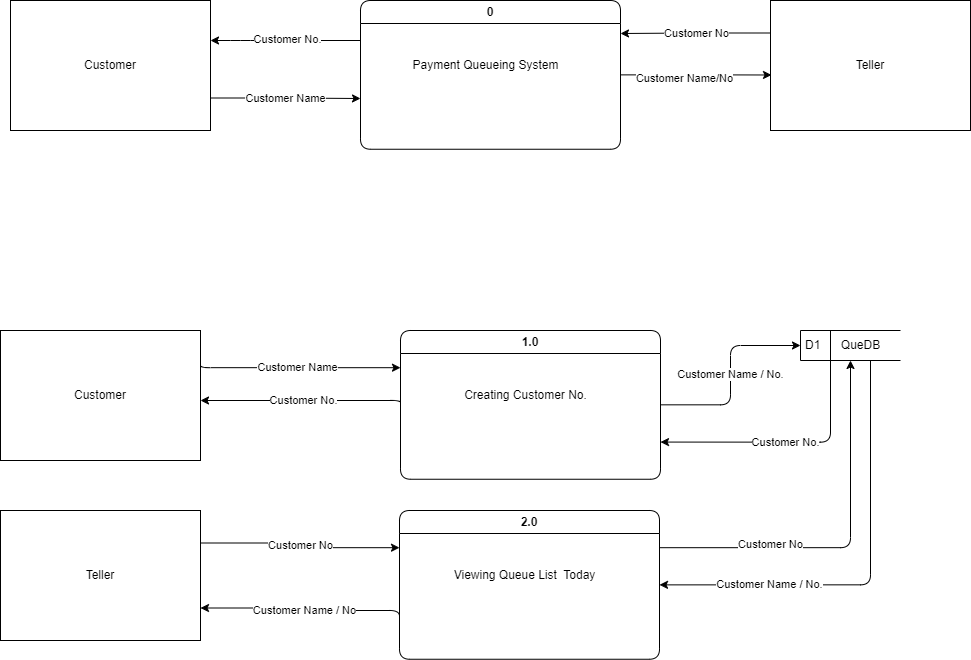
The draw.io diagram diagram/context.png in COSWEH/payment-queueing-system, before a commit. Source tidied: cells renumbered, new cells last; positions are measured from the earlier drawing's top-left corner, leaving out a move shared by most shapes. Source of this version:
```xml
<mxGraphModel>
  <root>
    <mxCell id="0" />
    <mxCell id="1" parent="0" />
    <mxCell id="2" value="Customer Name" style="edgeStyle=orthogonalEdgeStyle;html=1;exitX=1;exitY=0.75;exitDx=0;exitDy=0;" parent="1" edge="1" source="3">
      <mxGeometry relative="1" as="geometry">
        <mxPoint x="360" y="98" as="targetPoint" />
      </mxGeometry>
    </mxCell>
    <mxCell id="3" value="Customer" style="rounded=0;whiteSpace=wrap;html=1;glass=0;shadow=0;" parent="1" vertex="1">
      <mxGeometry x="10" width="200" height="130" as="geometry" />
    </mxCell>
    <mxCell id="4" value="Customer No." style="edgeStyle=orthogonalEdgeStyle;html=1;" parent="1" edge="1">
      <mxGeometry x="-0.02" y="-1" relative="1" as="geometry">
        <mxPoint x="360" y="40" as="sourcePoint" />
        <mxPoint x="210" y="40" as="targetPoint" />
        <Array as="points">
          <mxPoint x="240" y="40" />
          <mxPoint x="240" y="40" />
        </Array>
      </mxGeometry>
    </mxCell>
    <mxCell id="5" style="edgeStyle=orthogonalEdgeStyle;html=1;exitX=1;exitY=0.5;exitDx=0;exitDy=0;entryX=0.005;entryY=0.573;entryDx=0;entryDy=0;entryPerimeter=0;" parent="1" edge="1" source="7" target="10">
      <mxGeometry relative="1" as="geometry" />
    </mxCell>
    <mxCell id="6" value="Customer Name/No" style="edgeLabel;html=1;align=center;verticalAlign=middle;" parent="5" vertex="1">
      <mxGeometry x="-0.15" y="-3" relative="1" as="geometry" />
    </mxCell>
    <mxCell id="7" value="0" style="swimlane;whiteSpace=wrap;html=1;rounded=1;" parent="1" vertex="1">
      <mxGeometry x="360" width="260" height="148.8" as="geometry" />
    </mxCell>
    <mxCell id="8" value="Payment Queueing System" style="text;html=1;align=center;verticalAlign=middle;strokeColor=none;fillColor=none;" parent="7" vertex="1">
      <mxGeometry x="40" y="50" width="170" height="30" as="geometry" />
    </mxCell>
    <mxCell id="9" value="Customer No" style="edgeStyle=orthogonalEdgeStyle;html=1;exitX=0;exitY=0.25;exitDx=0;exitDy=0;" parent="1" edge="1" source="10">
      <mxGeometry relative="1" as="geometry">
        <mxPoint x="620" y="33" as="targetPoint" />
      </mxGeometry>
    </mxCell>
    <mxCell id="10" value="Teller" style="rounded=0;whiteSpace=wrap;html=1;glass=0;shadow=0;" parent="1" vertex="1">
      <mxGeometry x="770" width="200" height="130" as="geometry" />
    </mxCell>
    <mxCell id="11" value="Customer Name" style="edgeStyle=orthogonalEdgeStyle;html=1;exitX=1;exitY=0.25;exitDx=0;exitDy=0;entryX=0;entryY=0.25;entryDx=0;entryDy=0;" parent="1" edge="1" source="12" target="15">
      <mxGeometry relative="1" as="geometry">
        <Array as="points">
          <mxPoint x="200" y="367" />
        </Array>
      </mxGeometry>
    </mxCell>
    <mxCell id="12" value="Customer" style="rounded=0;whiteSpace=wrap;html=1;glass=0;shadow=0;" parent="1" vertex="1">
      <mxGeometry y="330" width="200" height="130" as="geometry" />
    </mxCell>
    <mxCell id="13" value="Customer Name / No." style="edgeStyle=orthogonalEdgeStyle;html=1;entryX=0;entryY=0.5;entryDx=0;entryDy=0;" parent="1" edge="1" source="15" target="17">
      <mxGeometry relative="1" as="geometry" />
    </mxCell>
    <mxCell id="14" value="Customer No." style="edgeStyle=orthogonalEdgeStyle;html=1;exitX=0;exitY=0.5;exitDx=0;exitDy=0;" parent="1" edge="1" source="15" target="12">
      <mxGeometry relative="1" as="geometry">
        <Array as="points">
          <mxPoint x="400" y="400" />
        </Array>
      </mxGeometry>
    </mxCell>
    <mxCell id="15" value="1.0" style="swimlane;whiteSpace=wrap;html=1;rounded=1;" parent="1" vertex="1">
      <mxGeometry x="400" y="330" width="260" height="148.8" as="geometry" />
    </mxCell>
    <mxCell id="16" value="Creating Customer No." style="text;html=1;align=center;verticalAlign=middle;strokeColor=none;fillColor=none;" parent="15" vertex="1">
      <mxGeometry x="50" y="50" width="150" height="30" as="geometry" />
    </mxCell>
    <mxCell id="17" value="D1" style="html=1;dashed=0;whitespace=wrap;shape=mxgraph.dfd.dataStoreID;align=left;spacingLeft=3;points=[[0,0],[0.5,0],[1,0],[0,0.5],[1,0.5],[0,1],[0.5,1],[1,1]];rounded=1;shadow=0;glass=0;" parent="1" vertex="1">
      <mxGeometry x="800" y="330" width="100" height="30" as="geometry" />
    </mxCell>
    <mxCell id="18" value="Customer Name / No." style="edgeStyle=orthogonalEdgeStyle;html=1;entryX=1;entryY=0.5;entryDx=0;entryDy=0;" parent="1" edge="1" source="20" target="26">
      <mxGeometry x="0.49" relative="1" as="geometry">
        <Array as="points">
          <mxPoint x="870" y="584" />
        </Array>
      </mxGeometry>
    </mxCell>
    <mxCell id="19" value="Customer No." style="edgeStyle=orthogonalEdgeStyle;html=1;entryX=1;entryY=0.75;entryDx=0;entryDy=0;" parent="1" edge="1" source="20" target="15">
      <mxGeometry relative="1" as="geometry">
        <Array as="points">
          <mxPoint x="830" y="442" />
        </Array>
      </mxGeometry>
    </mxCell>
    <mxCell id="20" value="QueDB" style="text;html=1;align=center;verticalAlign=middle;points=[];strokeColor=none;fillColor=none;" parent="1" vertex="1">
      <mxGeometry x="830" y="330" width="60" height="30" as="geometry" />
    </mxCell>
    <mxCell id="21" value="Customer No" style="edgeStyle=orthogonalEdgeStyle;html=1;exitX=1;exitY=0.25;exitDx=0;exitDy=0;entryX=0;entryY=0.25;entryDx=0;entryDy=0;" parent="1" edge="1" source="22" target="26">
      <mxGeometry relative="1" as="geometry" />
    </mxCell>
    <mxCell id="22" value="Teller" style="rounded=0;whiteSpace=wrap;html=1;glass=0;shadow=0;" parent="1" vertex="1">
      <mxGeometry y="510" width="200" height="130" as="geometry" />
    </mxCell>
    <mxCell id="23" value="Customer Name / No" style="edgeStyle=orthogonalEdgeStyle;html=1;exitX=0;exitY=0.75;exitDx=0;exitDy=0;entryX=1;entryY=0.75;entryDx=0;entryDy=0;" parent="1" edge="1" source="26" target="22">
      <mxGeometry relative="1" as="geometry">
        <Array as="points">
          <mxPoint x="399" y="610" />
          <mxPoint x="300" y="610" />
          <mxPoint x="300" y="608" />
        </Array>
      </mxGeometry>
    </mxCell>
    <mxCell id="24" style="edgeStyle=orthogonalEdgeStyle;html=1;exitX=1;exitY=0.25;exitDx=0;exitDy=0;" parent="1" edge="1" source="26">
      <mxGeometry relative="1" as="geometry">
        <mxPoint x="850" y="360" as="targetPoint" />
      </mxGeometry>
    </mxCell>
    <mxCell id="25" value="Customer No" style="edgeLabel;html=1;align=center;verticalAlign=middle;" parent="24" vertex="1">
      <mxGeometry x="-0.41" y="4" relative="1" as="geometry" />
    </mxCell>
    <mxCell id="26" value="2.0" style="swimlane;whiteSpace=wrap;html=1;rounded=1;startSize=23;" parent="1" vertex="1">
      <mxGeometry x="399" y="510" width="260" height="148.8" as="geometry" />
    </mxCell>
    <mxCell id="27" value="Viewing Queue List&amp;nbsp; Today" style="text;html=1;align=center;verticalAlign=middle;strokeColor=none;fillColor=none;" parent="26" vertex="1">
      <mxGeometry x="40" y="50" width="170" height="30" as="geometry" />
    </mxCell>
  </root>
</mxGraphModel>
```
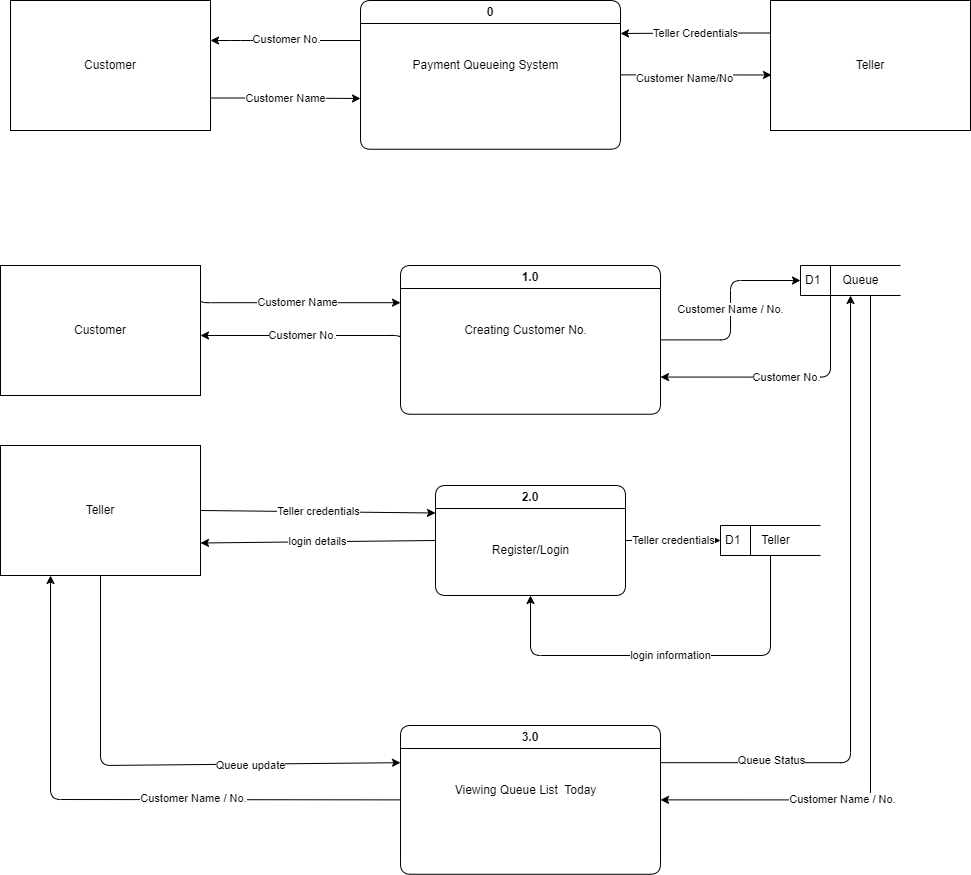
Above is the later version.

Commit message:
adjust dfd and context diagram

The edit, as a diff of the source:
```diff
@@ -4,19 +4,19 @@
     <mxCell id="1" parent="0" />
     <mxCell id="2" value="Customer Name" style="edgeStyle=orthogonalEdgeStyle;html=1;exitX=1;exitY=0.75;exitDx=0;exitDy=0;" parent="1" edge="1" source="3">
       <mxGeometry relative="1" as="geometry">
-        <mxPoint x="360" y="98" as="targetPoint" />
+        <mxPoint x="360" y="163" as="targetPoint" />
       </mxGeometry>
     </mxCell>
     <mxCell id="3" value="Customer" style="rounded=0;whiteSpace=wrap;html=1;glass=0;shadow=0;" parent="1" vertex="1">
-      <mxGeometry x="10" width="200" height="130" as="geometry" />
+      <mxGeometry x="10" y="65" width="200" height="130" as="geometry" />
     </mxCell>
     <mxCell id="4" value="Customer No." style="edgeStyle=orthogonalEdgeStyle;html=1;" parent="1" edge="1">
       <mxGeometry x="-0.02" y="-1" relative="1" as="geometry">
-        <mxPoint x="360" y="40" as="sourcePoint" />
-        <mxPoint x="210" y="40" as="targetPoint" />
+        <mxPoint x="360" y="105" as="sourcePoint" />
+        <mxPoint x="210" y="105" as="targetPoint" />
         <Array as="points">
-          <mxPoint x="240" y="40" />
-          <mxPoint x="240" y="40" />
+          <mxPoint x="240" y="105" />
+          <mxPoint x="240" y="105" />
         </Array>
       </mxGeometry>
     </mxCell>
@@ -27,18 +27,18 @@
       <mxGeometry x="-0.15" y="-3" relative="1" as="geometry" />
     </mxCell>
     <mxCell id="7" value="0" style="swimlane;whiteSpace=wrap;html=1;rounded=1;" parent="1" vertex="1">
-      <mxGeometry x="360" width="260" height="148.8" as="geometry" />
+      <mxGeometry x="360" y="65" width="260" height="148.8" as="geometry" />
     </mxCell>
     <mxCell id="8" value="Payment Queueing System" style="text;html=1;align=center;verticalAlign=middle;strokeColor=none;fillColor=none;" parent="7" vertex="1">
       <mxGeometry x="40" y="50" width="170" height="30" as="geometry" />
     </mxCell>
-    <mxCell id="9" value="Customer No" style="edgeStyle=orthogonalEdgeStyle;html=1;exitX=0;exitY=0.25;exitDx=0;exitDy=0;" parent="1" edge="1" source="10">
+    <mxCell id="9" value="Teller Credentials" style="edgeStyle=orthogonalEdgeStyle;html=1;exitX=0;exitY=0.25;exitDx=0;exitDy=0;" parent="1" edge="1" source="10">
       <mxGeometry relative="1" as="geometry">
-        <mxPoint x="620" y="33" as="targetPoint" />
+        <mxPoint x="620" y="98" as="targetPoint" />
       </mxGeometry>
     </mxCell>
     <mxCell id="10" value="Teller" style="rounded=0;whiteSpace=wrap;html=1;glass=0;shadow=0;" parent="1" vertex="1">
-      <mxGeometry x="770" width="200" height="130" as="geometry" />
+      <mxGeometry x="770" y="65" width="200" height="130" as="geometry" />
     </mxCell>
     <mxCell id="11" value="Customer Name" style="edgeStyle=orthogonalEdgeStyle;html=1;exitX=1;exitY=0.25;exitDx=0;exitDy=0;entryX=0;entryY=0.25;entryDx=0;entryDy=0;" parent="1" edge="1" source="12" target="15">
       <mxGeometry relative="1" as="geometry">
@@ -72,7 +72,7 @@
     <mxCell id="18" value="Customer Name / No." style="edgeStyle=orthogonalEdgeStyle;html=1;entryX=1;entryY=0.5;entryDx=0;entryDy=0;" parent="1" edge="1" source="20" target="26">
       <mxGeometry x="0.49" relative="1" as="geometry">
         <Array as="points">
-          <mxPoint x="870" y="584" />
+          <mxPoint x="870" y="864" />
         </Array>
       </mxGeometry>
     </mxCell>
@@ -83,37 +83,71 @@
         </Array>
       </mxGeometry>
     </mxCell>
-    <mxCell id="20" value="QueDB" style="text;html=1;align=center;verticalAlign=middle;points=[];strokeColor=none;fillColor=none;" parent="1" vertex="1">
+    <mxCell id="20" value="Queue" style="text;html=1;align=center;verticalAlign=middle;points=[];strokeColor=none;fillColor=none;" parent="1" vertex="1">
       <mxGeometry x="830" y="330" width="60" height="30" as="geometry" />
     </mxCell>
+    <mxCell id="28" value="Teller credentials" style="edgeStyle=none;html=1;exitX=1;exitY=0.5;exitDx=0;exitDy=0;entryX=0;entryY=0.25;entryDx=0;entryDy=0;" parent="1" edge="1" source="22" target="31">
+      <mxGeometry relative="1" as="geometry" />
+    </mxCell>
-    <mxCell id="21" value="Customer No" style="edgeStyle=orthogonalEdgeStyle;html=1;exitX=1;exitY=0.25;exitDx=0;exitDy=0;entryX=0;entryY=0.25;entryDx=0;entryDy=0;" parent="1" edge="1" source="22" target="26">
-      <mxGeometry relative="1" as="geometry" />
+    <mxCell id="21" value="Queue update" style="edgeStyle=none;html=1;exitX=0.5;exitY=1;exitDx=0;exitDy=0;entryX=0;entryY=0.25;entryDx=0;entryDy=0;" parent="1" edge="1" source="22" target="26">
+      <mxGeometry x="0.39" y="-1" relative="1" as="geometry">
+        <Array as="points">
+          <mxPoint x="100" y="830" />
+        </Array>
+      </mxGeometry>
     </mxCell>
     <mxCell id="22" value="Teller" style="rounded=0;whiteSpace=wrap;html=1;glass=0;shadow=0;" parent="1" vertex="1">
       <mxGeometry y="510" width="200" height="130" as="geometry" />
     </mxCell>
-    <mxCell id="23" value="Customer Name / No" style="edgeStyle=orthogonalEdgeStyle;html=1;exitX=0;exitY=0.75;exitDx=0;exitDy=0;entryX=1;entryY=0.75;entryDx=0;entryDy=0;" parent="1" edge="1" source="26" target="22">
-      <mxGeometry relative="1" as="geometry">
-        <Array as="points">
-          <mxPoint x="399" y="610" />
-          <mxPoint x="300" y="610" />
-          <mxPoint x="300" y="608" />
-        </Array>
-      </mxGeometry>
-    </mxCell>
     <mxCell id="24" style="edgeStyle=orthogonalEdgeStyle;html=1;exitX=1;exitY=0.25;exitDx=0;exitDy=0;" parent="1" edge="1" source="26">
       <mxGeometry relative="1" as="geometry">
         <mxPoint x="850" y="360" as="targetPoint" />
       </mxGeometry>
     </mxCell>
-    <mxCell id="25" value="Customer No" style="edgeLabel;html=1;align=center;verticalAlign=middle;" parent="24" vertex="1">
-      <mxGeometry x="-0.41" y="4" relative="1" as="geometry" />
+    <mxCell id="25" value="Queue Status" style="edgeLabel;html=1;align=center;verticalAlign=middle;" parent="24" vertex="1">
+      <mxGeometry x="-0.41" y="4" relative="1" as="geometry">
+        <mxPoint x="-76" as="offset" />
+      </mxGeometry>
     </mxCell>
+    <mxCell id="23" value="Customer Name / No." style="edgeStyle=none;html=1;exitX=0;exitY=0.5;exitDx=0;exitDy=0;entryX=0.25;entryY=1;entryDx=0;entryDy=0;" parent="1" edge="1" source="26" target="22">
+      <mxGeometry x="-0.28" y="-1" relative="1" as="geometry">
+        <Array as="points">
+          <mxPoint x="50" y="864" />
+        </Array>
+      </mxGeometry>
+    </mxCell>
-    <mxCell id="26" value="2.0" style="swimlane;whiteSpace=wrap;html=1;rounded=1;startSize=23;" parent="1" vertex="1">
-      <mxGeometry x="399" y="510" width="260" height="148.8" as="geometry" />
+    <mxCell id="26" value="3.0" style="swimlane;whiteSpace=wrap;html=1;rounded=1;startSize=23;" parent="1" vertex="1">
+      <mxGeometry x="400" y="790" width="260" height="148.8" as="geometry" />
     </mxCell>
     <mxCell id="27" value="Viewing Queue List&amp;nbsp; Today" style="text;html=1;align=center;verticalAlign=middle;strokeColor=none;fillColor=none;" parent="26" vertex="1">
       <mxGeometry x="40" y="50" width="170" height="30" as="geometry" />
     </mxCell>
+    <mxCell id="29" value="Teller credentials" style="edgeStyle=none;html=1;exitX=1;exitY=0.5;exitDx=0;exitDy=0;entryX=0;entryY=0.5;entryDx=0;entryDy=0;" parent="1" edge="1" source="31" target="34">
+      <mxGeometry relative="1" as="geometry" />
+    </mxCell>
+    <mxCell id="30" value="login details" style="edgeStyle=none;html=1;exitX=0;exitY=0.5;exitDx=0;exitDy=0;entryX=1;entryY=0.75;entryDx=0;entryDy=0;" parent="1" edge="1" source="31" target="22">
+      <mxGeometry relative="1" as="geometry" />
+    </mxCell>
+    <mxCell id="31" value="2.0" style="swimlane;whiteSpace=wrap;html=1;rounded=1;startSize=23;" parent="1" vertex="1">
+      <mxGeometry x="435" y="550" width="190" height="110" as="geometry" />
+    </mxCell>
+    <mxCell id="32" value="Register/Login" style="text;html=1;align=center;verticalAlign=middle;strokeColor=none;fillColor=none;" parent="31" vertex="1">
+      <mxGeometry x="45" y="50" width="100" height="30" as="geometry" />
+    </mxCell>
+    <mxCell id="33" value="login information" style="edgeStyle=none;html=1;entryX=0.5;entryY=1;entryDx=0;entryDy=0;" parent="1" edge="1" source="34" target="31">
+      <mxGeometry relative="1" as="geometry">
+        <Array as="points">
+          <mxPoint x="770" y="720" />
+          <mxPoint x="700" y="720" />
+          <mxPoint x="530" y="720" />
+        </Array>
+      </mxGeometry>
+    </mxCell>
+    <mxCell id="34" value="D1" style="html=1;dashed=0;whitespace=wrap;shape=mxgraph.dfd.dataStoreID;align=left;spacingLeft=3;points=[[0,0],[0.5,0],[1,0],[0,0.5],[1,0.5],[0,1],[0.5,1],[1,1]];rounded=1;shadow=0;glass=0;" parent="1" vertex="1">
+      <mxGeometry x="720" y="590" width="100" height="30" as="geometry" />
+    </mxCell>
+    <mxCell id="35" value="Teller" style="text;html=1;align=center;verticalAlign=middle;strokeColor=none;fillColor=none;" parent="1" vertex="1">
+      <mxGeometry x="750" y="590" width="50" height="30" as="geometry" />
+    </mxCell>
   </root>
 </mxGraphModel>
```
